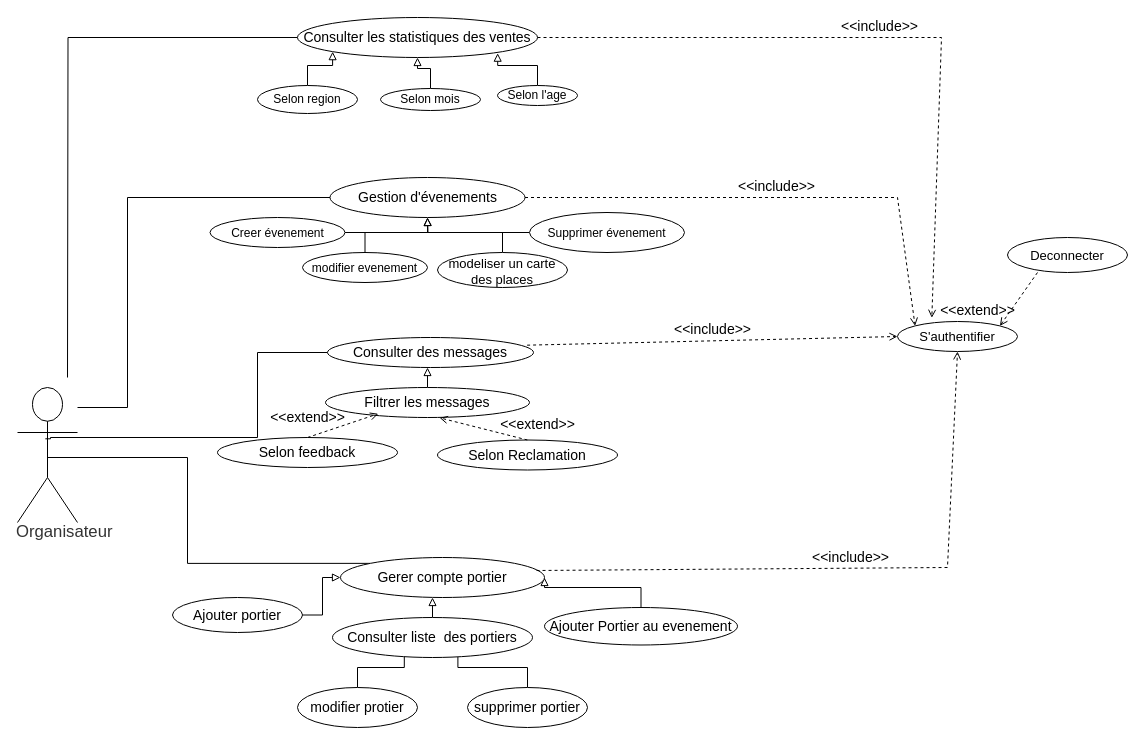
Above: Diagram de cas utilisation/4-Organizateur_Vf.drawio in mohamedimem/event- (draw.io), before the change. Source tidied: cells renumbered, new cells numbered last; positions are measured from the earlier drawing's top-left corner, leaving out a move shared by most shapes. Both pictures are drawn from the tidied source at 100%, with x=0, y=0 at pixel (17, 17).
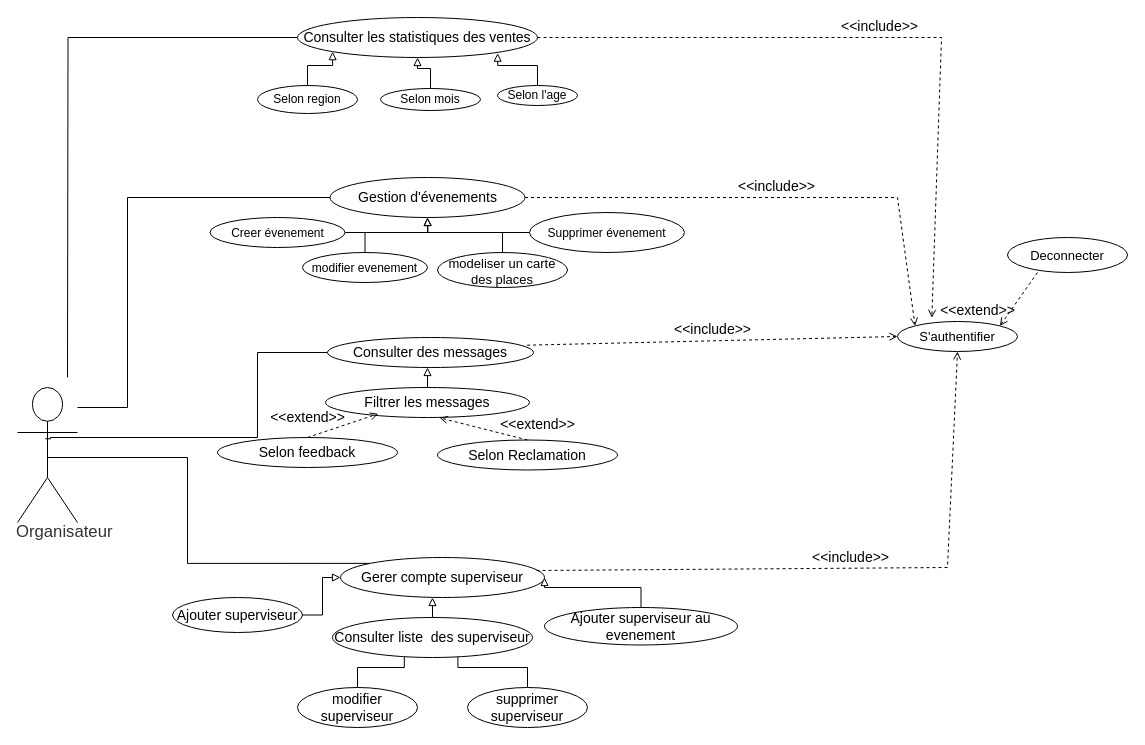
After the change.

Commit message:
Mettre à jour 4-Organizateur_Vf.drawio

Diff of the diagram source:
```diff
@@
-    <mxCell id="17" value="&lt;div&gt;&lt;font style=&quot;font-size: 14px;&quot;&gt;Ajouter Portier au evenement&lt;/font&gt;&lt;/div&gt;" style="ellipse;whiteSpace=wrap;html=1;strokeWidth=1;strokeColor=#000000;" parent="1" vertex="1">
+    <mxCell id="17" value="&lt;div&gt;&lt;font style=&quot;font-size: 14px;&quot;&gt;Ajouter superviseur au evenement&lt;/font&gt;&lt;/div&gt;" style="ellipse;whiteSpace=wrap;html=1;strokeWidth=1;strokeColor=#000000;" parent="1" vertex="1">
       <mxGeometry x="527" y="590" width="193" height="37.5" as="geometry" />
     </mxCell>
@@
-    <mxCell id="32" value="&lt;font style=&quot;font-size: 14px;&quot;&gt;Gerer compte portier&lt;/font&gt;" style="ellipse;whiteSpace=wrap;html=1;strokeWidth=1;strokeColor=#000000;" parent="1" vertex="1">
+    <mxCell id="32" value="&lt;font style=&quot;font-size: 14px;&quot;&gt;Gerer compte superviseur&lt;/font&gt;" style="ellipse;whiteSpace=wrap;html=1;strokeWidth=1;strokeColor=#000000;" parent="1" vertex="1">
       <mxGeometry x="323" y="540" width="204" height="40" as="geometry" />
     </mxCell>
@@
-    <mxCell id="34" value="Ajouter portier" style="ellipse;whiteSpace=wrap;html=1;fontSize=14;" parent="1" vertex="1">
+    <mxCell id="34" value="Ajouter superviseur" style="ellipse;whiteSpace=wrap;html=1;fontSize=14;" parent="1" vertex="1">
       <mxGeometry x="155" y="580" width="130" height="35" as="geometry" />
     </mxCell>
@@
-    <mxCell id="36" value="modifier protier" style="ellipse;whiteSpace=wrap;html=1;fontSize=14;" parent="1" vertex="1">
+    <mxCell id="36" value="modifier superviseur" style="ellipse;whiteSpace=wrap;html=1;fontSize=14;" parent="1" vertex="1">
       <mxGeometry x="280" y="670" width="120" height="40" as="geometry" />
     </mxCell>
@@
-    <mxCell id="38" value="supprimer portier" style="ellipse;whiteSpace=wrap;html=1;fontSize=14;" parent="1" vertex="1">
+    <mxCell id="38" value="supprimer superviseur" style="ellipse;whiteSpace=wrap;html=1;fontSize=14;" parent="1" vertex="1">
       <mxGeometry x="450" y="670" width="120" height="40" as="geometry" />
     </mxCell>
@@
-    <mxCell id="40" value="Consulter liste&amp;nbsp; des portiers" style="ellipse;whiteSpace=wrap;html=1;fontSize=14;" parent="1" vertex="1">
+    <mxCell id="40" value="Consulter liste&amp;nbsp; des superviseur" style="ellipse;whiteSpace=wrap;html=1;fontSize=14;" parent="1" vertex="1">
       <mxGeometry x="315" y="600" width="200" height="40" as="geometry" />
     </mxCell>
```
